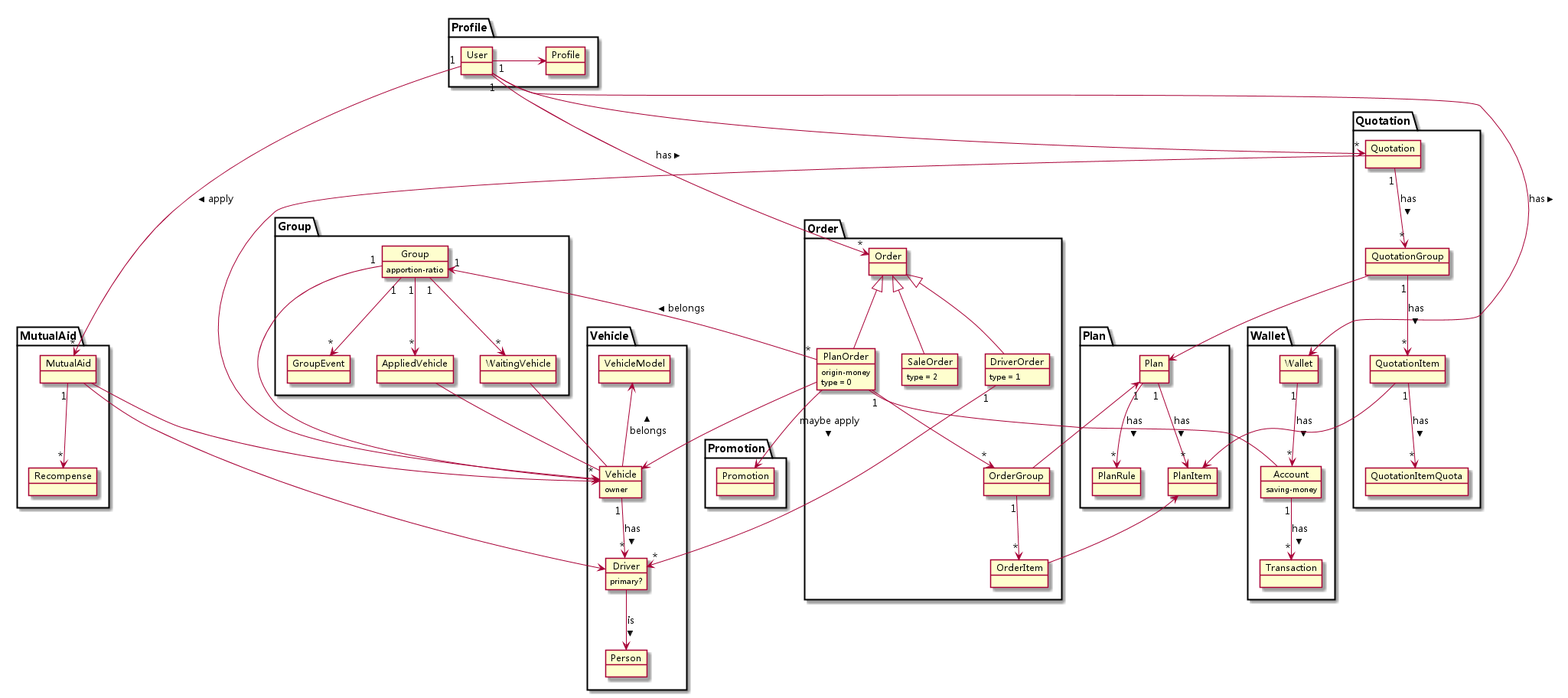
The PlantUML diagram img/models.png in titan/hive-quotation-service, before a commit.
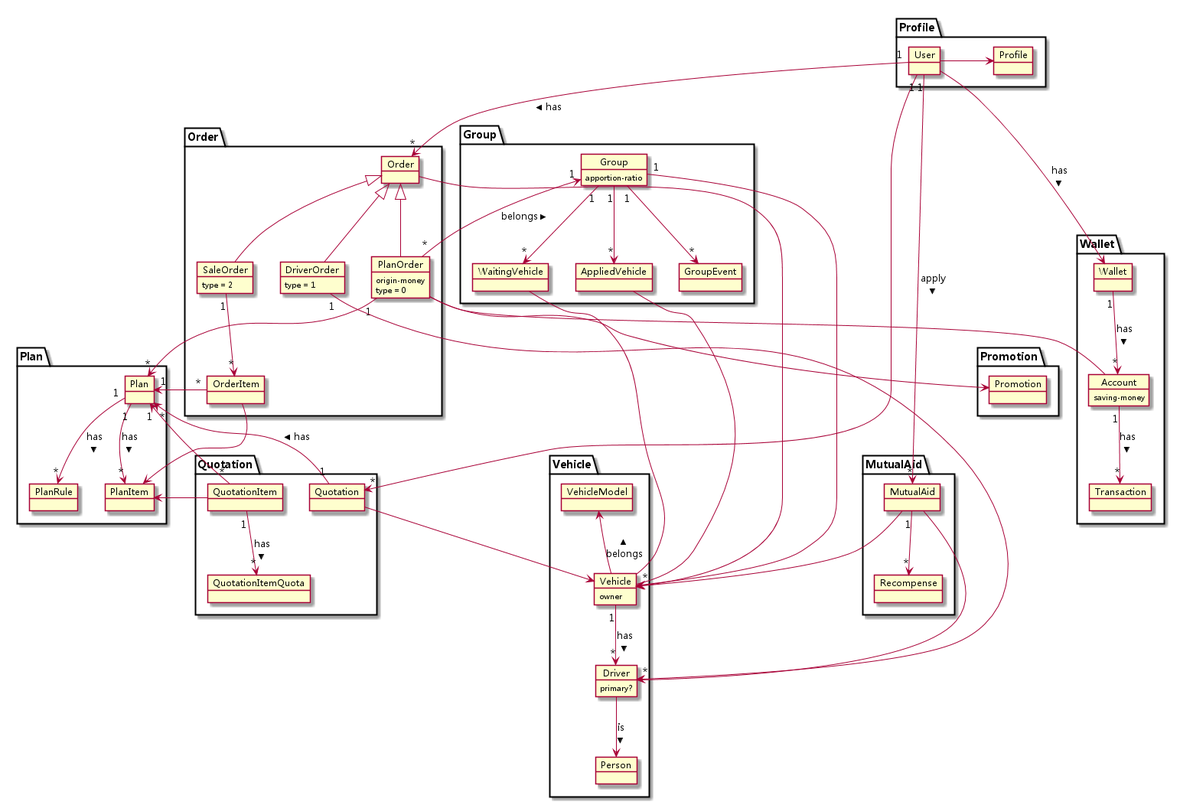
Above is the later version.

Commit message:
Refactor order module

The edit, as a diff of the source:
```diff
@@ -49,12 +49,10 @@
   object DriverOrder {
     type = 1
   }
-  object OrderGroup
   object OrderItem
 }
 package Quotation {
   object Quotation
-  object QuotationGroup
   object QuotationItem
   object QuotationItemQuota
 }
@@ -73,7 +71,7 @@
 
 User --> Wallet : has >
 
-PlanOrder -> Vehicle
+Order -> Vehicle
 Group "1" <- "*" PlanOrder : belongs <
 Group "1" --> "*" Vehicle
 Group "1" --> "*" WaitingVehicle
@@ -81,12 +79,13 @@
 WaitingVehicle - Vehicle
 AppliedVehicle - Vehicle
 
-PlanOrder "1" --> "*" OrderGroup
-OrderGroup "1" --> "*" OrderItem
+PlanOrder "1" --> "*" Plan
+OrderItem "*" --> "1" Plan
 
-PlanOrder -> Promotion : maybe apply >
+SaleOrder "1" --> "*" OrderItem
 
-Plan <- OrderGroup
+PlanOrder -> Promotion
+
 PlanItem <- OrderItem
 
 DriverOrder "1" -> "*" Driver
@@ -107,12 +106,11 @@
 MutualAid -> Vehicle
 MutualAid "1" --> "*" Recompense
 
-Quotation "1" --> "*" QuotationGroup : has >
-QuotationGroup "1" --> "*" QuotationItem : has >
+Quotation "1" --> "*" Plan : has >
 QuotationItem "1" --> "*" QuotationItemQuota : has >
 
-QuotationGroup -> Plan
-QuotationItem -> PlanItem
+Plan "1" <-- "*" QuotationItem
+PlanItem <- QuotationItem
 
 Quotation -> Vehicle
 
```
